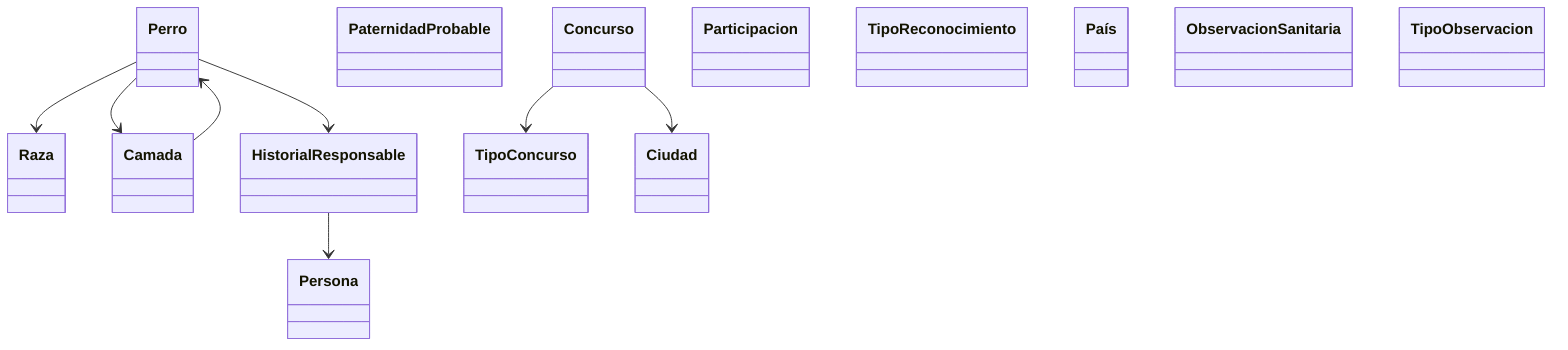
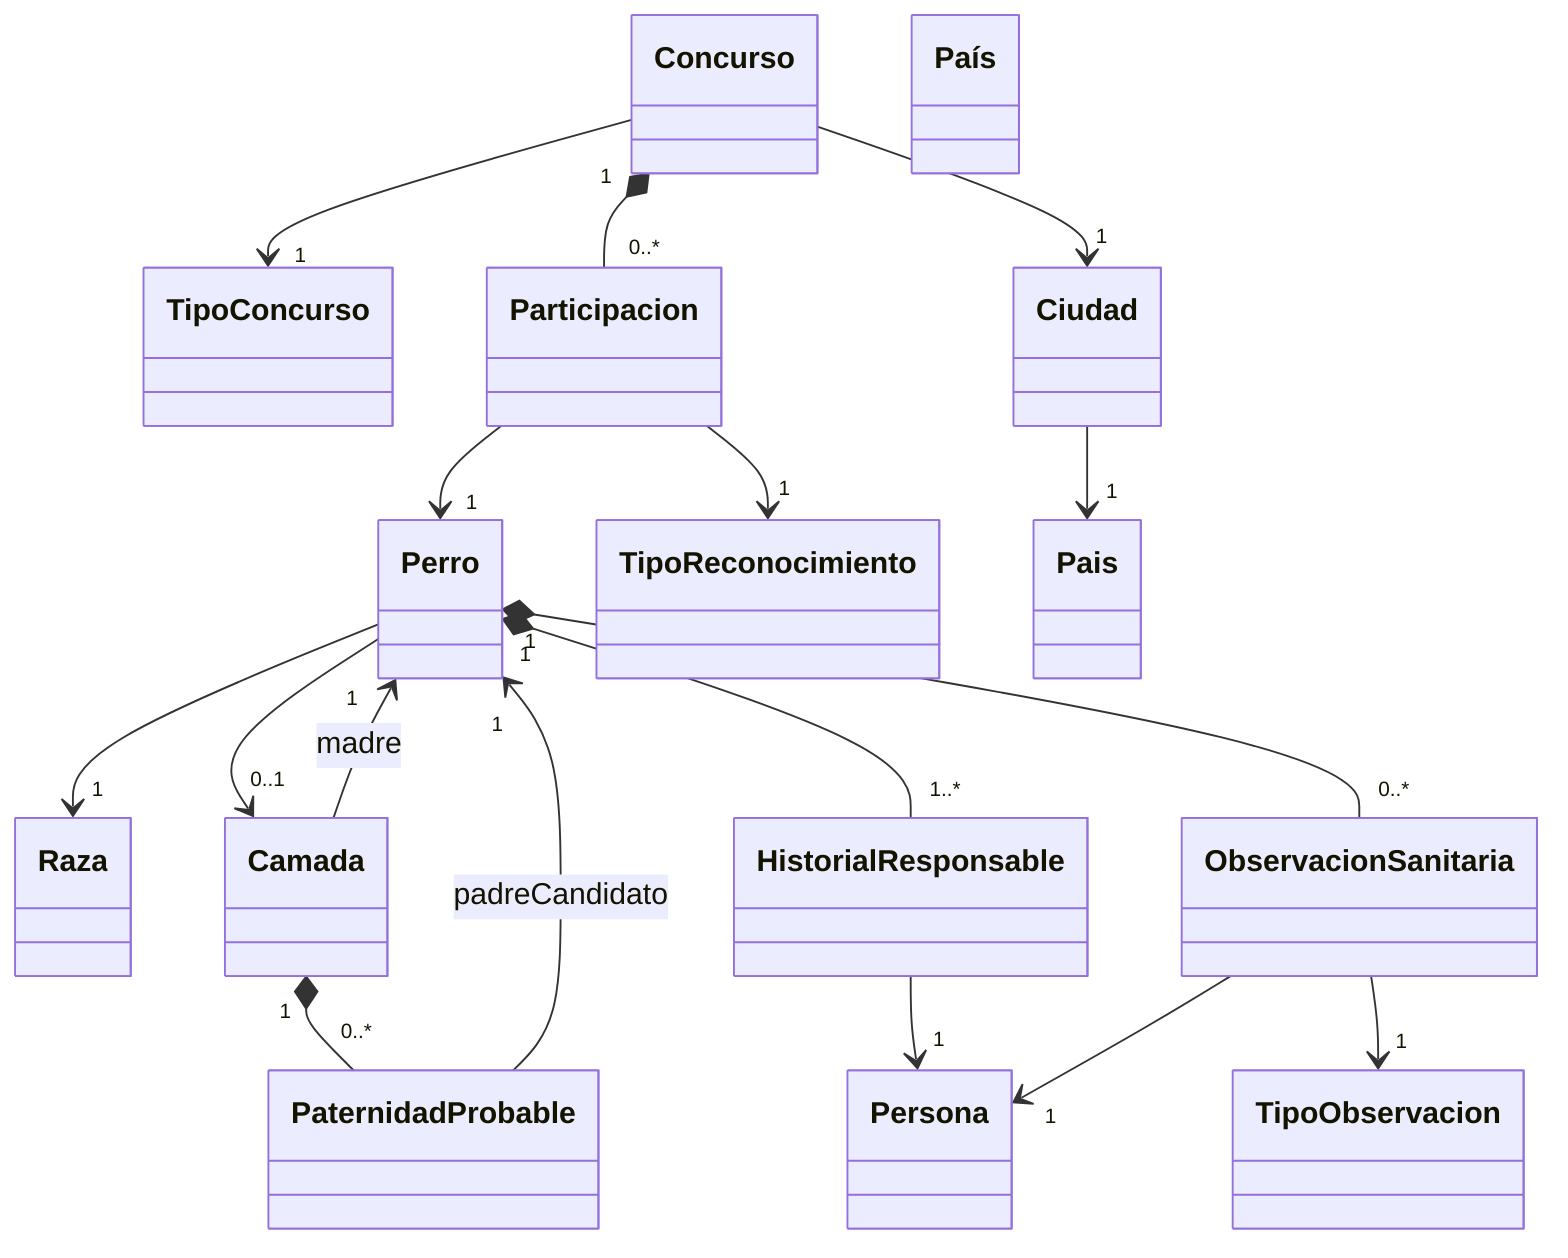
classDiagram

    class Perro {

    }

    class Raza {

    }

    class Camada {

    }

    class PaternidadProbable {

    }

    class HistorialResponsable {

    }

    class Persona {

    }

    class Concurso {

    }

    class TipoConcurso {

    }

    class Participacion {

    }

    class TipoReconocimiento {

    }

    class Ciudad {

    }

    class País {

    }

    class ObservacionSanitaria {

    }

    class TipoObservacion {

    }

-     Perro --> Raza
-     Perro --> Camada
-     Camada --> Perro
-     Perro --> HistorialResponsable
-     HistorialResponsable --> Persona
-     Concurso --> TipoConcurso
-     Concurso --> Ciudad+     Perro --> "1" Raza
+     Perro --> "0..1" Camada
+     Camada --> "1" Perro : madre
+     Camada "1" *-- "0..*" PaternidadProbable
+     PaternidadProbable --> "1" Perro : padreCandidato
+     Perro "1" *-- "1..*" HistorialResponsable
+     HistorialResponsable --> "1" Persona
+     Concurso --> "1" TipoConcurso
+     Concurso --> "1" Ciudad
+     Ciudad --> "1" Pais
+     Concurso "1" *-- "0..*" Participacion
+     Participacion --> "1" Perro
+     Participacion --> "1" TipoReconocimiento
+     Perro "1" *-- "0..*" ObservacionSanitaria
+     ObservacionSanitaria --> "1" TipoObservacion
+     ObservacionSanitaria --> "1" Persona